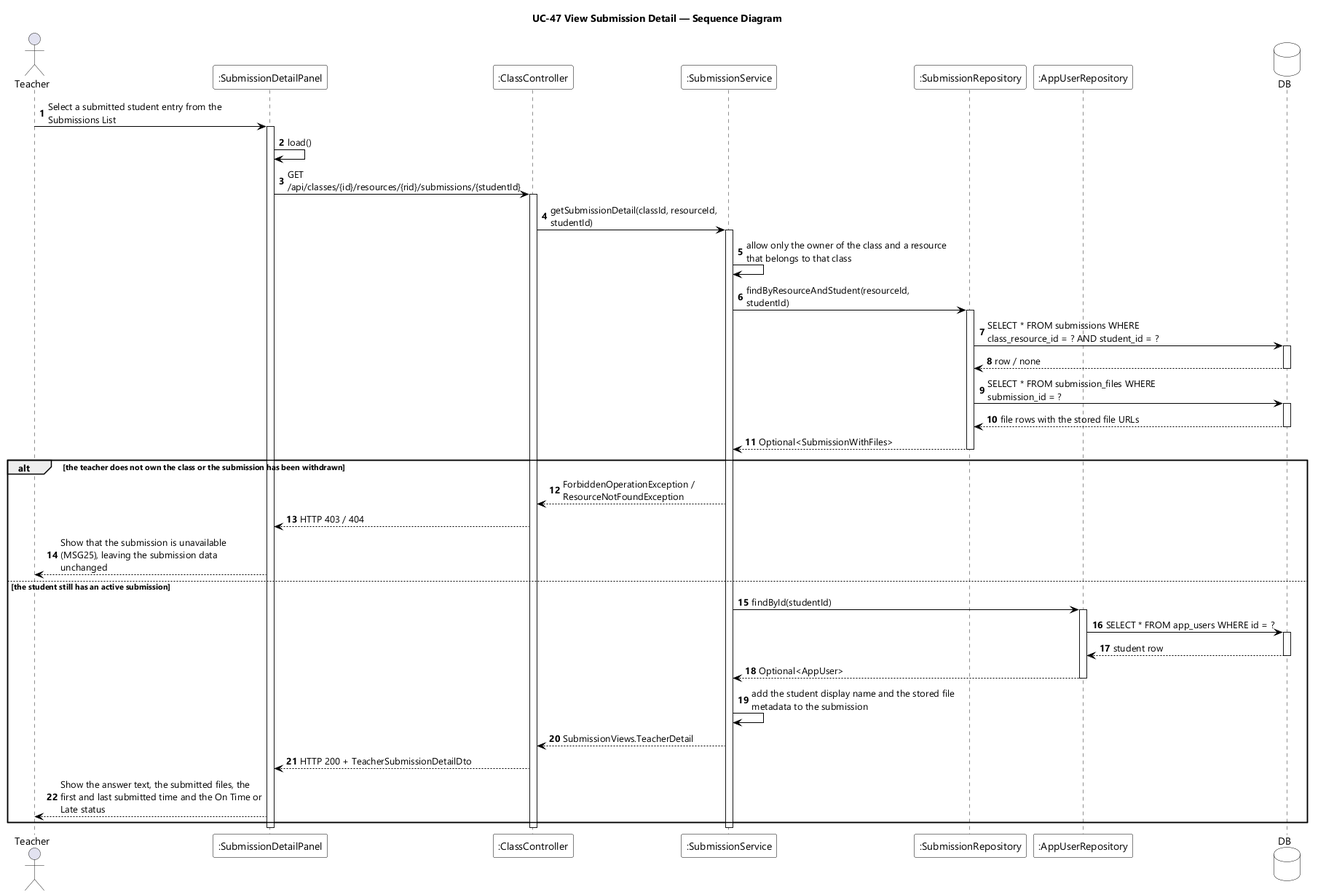
Earlier version of the PlantUML export designs/sds-diagrams/uc47/uc47-sequence-diagram.png (EduA-system/EduA-system). Source of this version:
```plantuml
@startuml UC-47 View Submission Detail - Sequence Diagram
skinparamlocked dpi 96
skinparam defaultFontName "Segoe UI"
skinparam shadowing false
skinparam ParticipantBackgroundColor #FFFFFF
skinparam ParticipantBorderColor #000000
skinparam DatabaseBackgroundColor #FFFFFF
skinparam DatabaseBorderColor #000000
skinparam ArrowColor #000000
skinparam sequenceMessageAlign left
skinparam maxMessageSize 280
title UC-47 View Submission Detail — Sequence Diagram

actor Teacher
participant ":SubmissionDetailPanel" as UI
participant ":ClassController" as CTL
participant ":SubmissionService" as SVC
participant ":SubmissionRepository" as REPO
participant ":AppUserRepository" as USERS
database DB

autonumber
Teacher -> UI : Select a submitted student entry from the Submissions List
activate UI
UI -> UI : load()
UI -> CTL : GET /api/classes/{id}/resources/{rid}/submissions/{studentId}
activate CTL
CTL -> SVC : getSubmissionDetail(classId, resourceId, studentId)
activate SVC
SVC -> SVC : allow only the owner of the class and a resource that belongs to that class
SVC -> REPO : findByResourceAndStudent(resourceId, studentId)
activate REPO
REPO -> DB : SELECT * FROM submissions WHERE class_resource_id = ? AND student_id = ?
activate DB
DB --> REPO : row / none
deactivate DB
REPO -> DB : SELECT * FROM submission_files WHERE submission_id = ?
activate DB
DB --> REPO : file rows with the stored file URLs
deactivate DB
REPO --> SVC : Optional<SubmissionWithFiles>
deactivate REPO

alt the teacher does not own the class or the submission has been withdrawn
  SVC --> CTL : ForbiddenOperationException / ResourceNotFoundException
  CTL --> UI : HTTP 403 / 404
  UI --> Teacher : Show that the submission is unavailable (MSG25), leaving the submission data unchanged
else the student still has an active submission
  SVC -> USERS : findById(studentId)
  activate USERS
  USERS -> DB : SELECT * FROM app_users WHERE id = ?
  activate DB
  DB --> USERS : student row
  deactivate DB
  USERS --> SVC : Optional<AppUser>
  deactivate USERS
  SVC -> SVC : add the student display name and the stored file metadata to the submission
  SVC --> CTL : SubmissionViews.TeacherDetail
  CTL --> UI : HTTP 200 + TeacherSubmissionDetailDto
  UI --> Teacher : Show the answer text, the submitted files, the first and last submitted time and the On Time or Late status
end
deactivate SVC
deactivate CTL
deactivate UI
@enduml
```
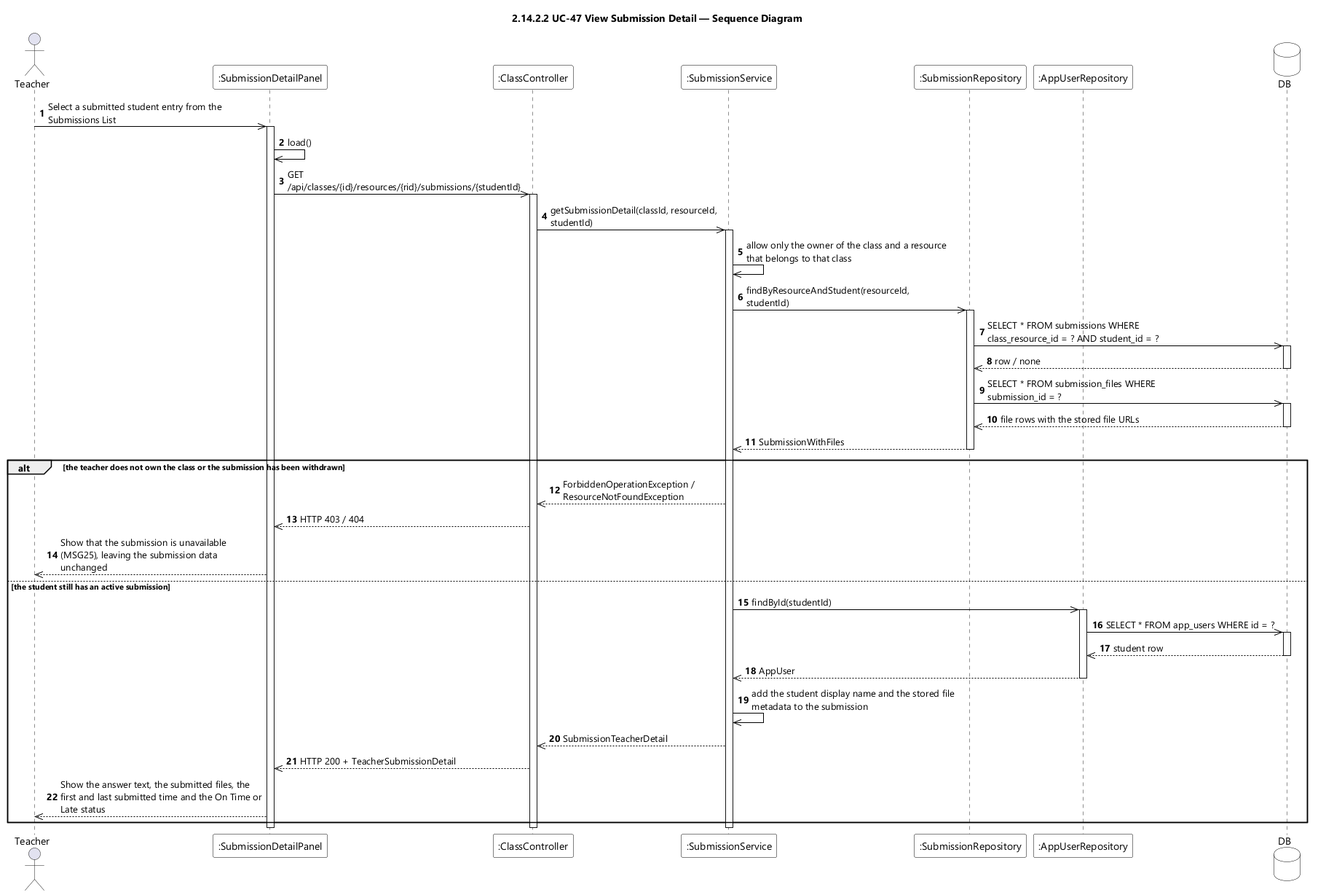
After the change.

Diff of the diagram source:
```diff
@@ -9,7 +9,7 @@
 skinparam ArrowColor #000000
 skinparam sequenceMessageAlign left
 skinparam maxMessageSize 280
-title UC-47 View Submission Detail — Sequence Diagram
+title 2.14.2.2 UC-47 View Submission Detail — Sequence Diagram
 
 actor Teacher
 participant ":SubmissionDetailPanel" as UI
@@ -20,44 +20,44 @@
 database DB
 
 autonumber
-Teacher -> UI : Select a submitted student entry from the Submissions List
+Teacher ->> UI : Select a submitted student entry from the Submissions List
 activate UI
-UI -> UI : load()
-UI -> CTL : GET /api/classes/{id}/resources/{rid}/submissions/{studentId}
+UI ->> UI : load()
+UI ->> CTL : GET /api/classes/{id}/resources/{rid}/submissions/{studentId}
 activate CTL
-CTL -> SVC : getSubmissionDetail(classId, resourceId, studentId)
+CTL ->> SVC : getSubmissionDetail(classId, resourceId, studentId)
 activate SVC
-SVC -> SVC : allow only the owner of the class and a resource that belongs to that class
-SVC -> REPO : findByResourceAndStudent(resourceId, studentId)
+SVC ->> SVC : allow only the owner of the class and a resource that belongs to that class
+SVC ->> REPO : findByResourceAndStudent(resourceId, studentId)
 activate REPO
-REPO -> DB : SELECT * FROM submissions WHERE class_resource_id = ? AND student_id = ?
+REPO ->> DB : SELECT * FROM submissions WHERE class_resource_id = ? AND student_id = ?
 activate DB
-DB --> REPO : row / none
+DB -->> REPO : row / none
 deactivate DB
-REPO -> DB : SELECT * FROM submission_files WHERE submission_id = ?
+REPO ->> DB : SELECT * FROM submission_files WHERE submission_id = ?
 activate DB
-DB --> REPO : file rows with the stored file URLs
+DB -->> REPO : file rows with the stored file URLs
 deactivate DB
-REPO --> SVC : Optional<SubmissionWithFiles>
+REPO -->> SVC : SubmissionWithFiles
 deactivate REPO
 
 alt the teacher does not own the class or the submission has been withdrawn
-  SVC --> CTL : ForbiddenOperationException / ResourceNotFoundException
-  CTL --> UI : HTTP 403 / 404
-  UI --> Teacher : Show that the submission is unavailable (MSG25), leaving the submission data unchanged
+  SVC -->> CTL : ForbiddenOperationException / ResourceNotFoundException
+  CTL -->> UI : HTTP 403 / 404
+  UI -->> Teacher : Show that the submission is unavailable (MSG25), leaving the submission data unchanged
 else the student still has an active submission
-  SVC -> USERS : findById(studentId)
+  SVC ->> USERS : findById(studentId)
   activate USERS
-  USERS -> DB : SELECT * FROM app_users WHERE id = ?
+  USERS ->> DB : SELECT * FROM app_users WHERE id = ?
   activate DB
-  DB --> USERS : student row
+  DB -->> USERS : student row
   deactivate DB
-  USERS --> SVC : Optional<AppUser>
+  USERS -->> SVC : AppUser
   deactivate USERS
-  SVC -> SVC : add the student display name and the stored file metadata to the submission
-  SVC --> CTL : SubmissionViews.TeacherDetail
-  CTL --> UI : HTTP 200 + TeacherSubmissionDetailDto
-  UI --> Teacher : Show the answer text, the submitted files, the first and last submitted time and the On Time or Late status
+  SVC ->> SVC : add the student display name and the stored file metadata to the submission
+  SVC -->> CTL : SubmissionTeacherDetail
+  CTL -->> UI : HTTP 200 + TeacherSubmissionDetail
+  UI -->> Teacher : Show the answer text, the submitted files, the first and last submitted time and the On Time or Late status
 end
 deactivate SVC
 deactivate CTL
```
